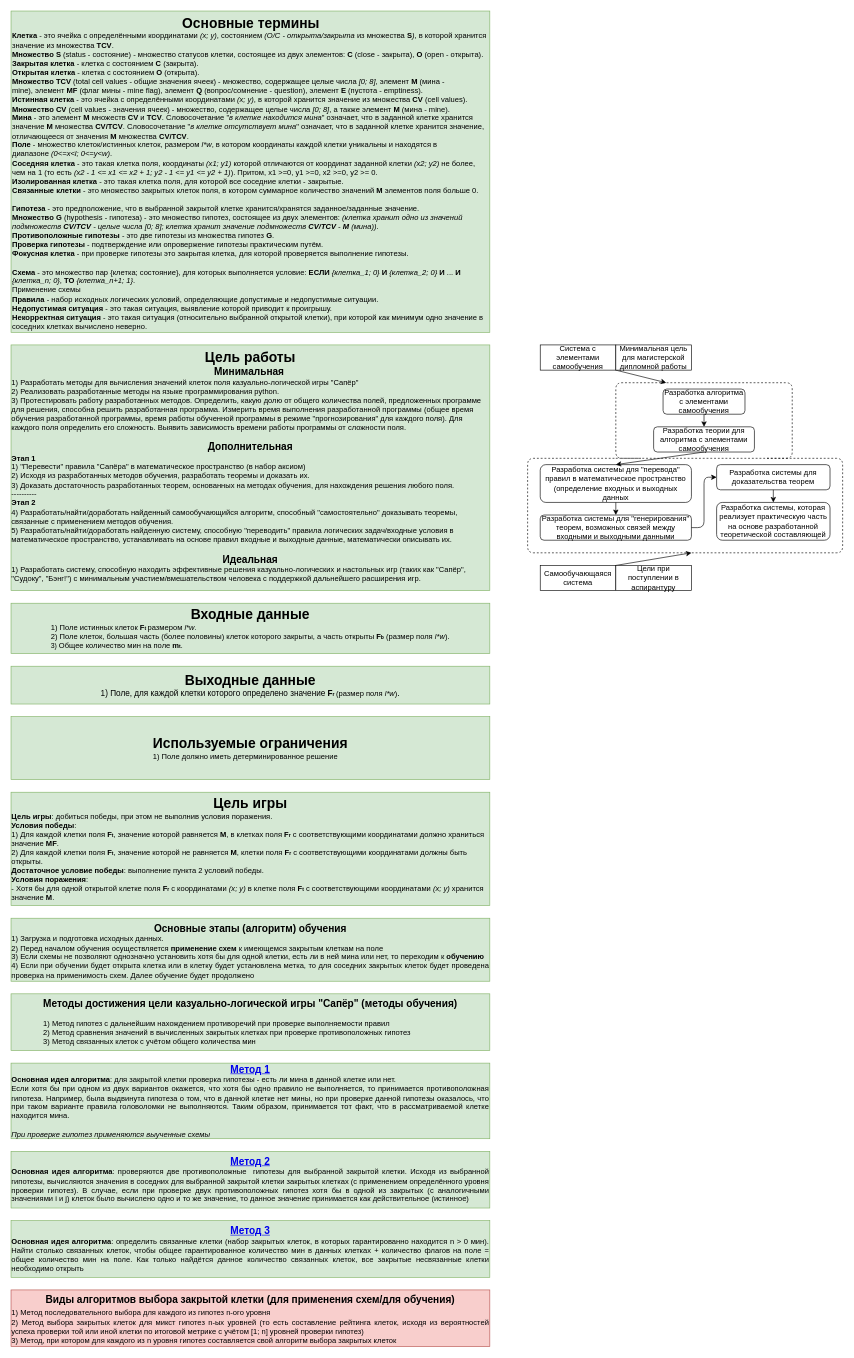
This is page "Основные данные" (2 of 13) of docs/Сапёр. Описание работы.drawio from xex238/Diploma_2022, a draw.io file, before an edit. Source tidied: cells renumbered, new cells numbered last; positions are measured from the earlier drawing's top-left corner, leaving out a move shared by most shapes. Both pictures are drawn from the tidied source at 63%, with x=0, y=0 at pixel (11, 11).
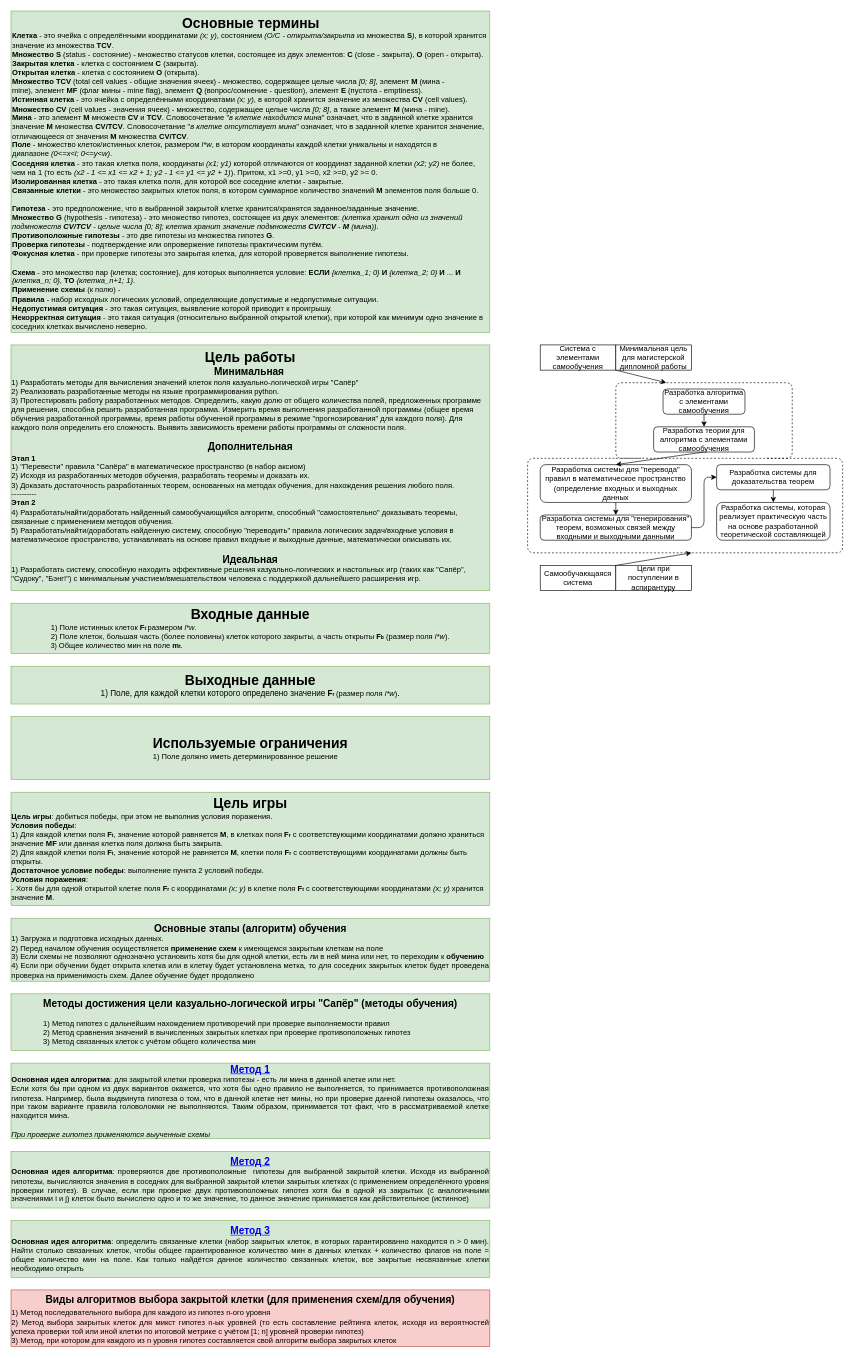
After the change.

The edit, as a diff of the source:
```diff
@@
-    <mxCell id="2" value="&lt;div style=&quot;text-align: center&quot;&gt;&lt;span&gt;&lt;font style=&quot;font-size: 22px&quot;&gt;&lt;b&gt;Основные термины&lt;/b&gt;&lt;/font&gt;&lt;/span&gt;&lt;/div&gt;&lt;b&gt;Клетка&lt;/b&gt;&amp;nbsp;- это ячейка с определёнными координатами &lt;i&gt;(x; y)&lt;/i&gt;, состоянием &lt;i&gt;(O/C - открыта/закрыта &lt;/i&gt;из множества &lt;b&gt;S&lt;/b&gt;&lt;i&gt;)&lt;/i&gt;, в которой хранится значение из множества &lt;b&gt;TCV&lt;/b&gt;.&lt;br&gt;&lt;b&gt;Множество S&lt;/b&gt;&amp;nbsp;(status - состояние) - множество статусов клетки, состоящее из двух элементов:&amp;nbsp;&lt;b&gt;C&lt;/b&gt;&amp;nbsp;(close - закрыта),&amp;nbsp;&lt;b&gt;O&lt;/b&gt;&amp;nbsp;(open - открыта).&lt;br&gt;&lt;b&gt;Закрытая клетка&lt;/b&gt;&amp;nbsp;- клетка с состоянием&amp;nbsp;&lt;b&gt;C&lt;/b&gt;&amp;nbsp;(закрыта).&lt;br&gt;&lt;b&gt;Открытая клетка&lt;/b&gt;&amp;nbsp;- клетка с состоянием&amp;nbsp;&lt;b&gt;O&lt;/b&gt;&amp;nbsp;(открыта).&lt;br&gt;&lt;b&gt;Множество TCV&amp;nbsp;&lt;/b&gt;(total cell values - общие значения ячеек)&amp;nbsp;- множество, содержащее целые числа&amp;nbsp;&lt;i&gt;[0; 8]&lt;/i&gt;, элемент &lt;b&gt;M&lt;/b&gt;&amp;nbsp;(мина - mine),&amp;nbsp;элемент &lt;b&gt;MF&lt;/b&gt; (флаг мины - mine flag), элемент &lt;b&gt;Q&lt;/b&gt; (вопрос/сомнение - question), элемент &lt;b&gt;E&lt;/b&gt; (пустота - emptiness).&lt;br&gt;&lt;b&gt;Истинная клетка&lt;/b&gt; - это ячейка с определёнными координатами&amp;nbsp;&lt;i&gt;(x; y)&lt;/i&gt;, в которой хранится значение из множества&amp;nbsp;&lt;b&gt;CV&amp;nbsp;&lt;/b&gt;(cell values).&lt;br&gt;&lt;b&gt;Множество CV&lt;/b&gt;&amp;nbsp;(cell values - значения ячеек)&amp;nbsp;- множество, содержащее целые числа &lt;i&gt;[0; 8]&lt;/i&gt;, а также элемент &lt;b&gt;M&lt;/b&gt; (мина - mine).&lt;br&gt;&lt;b&gt;Мина&lt;/b&gt; - это элемент &lt;b&gt;M&lt;/b&gt; множеств&amp;nbsp;&lt;b&gt;СV &lt;/b&gt;и&lt;b&gt; TCV&lt;/b&gt;. Словосочетание &quot;&lt;i&gt;в клетке находится мина&lt;/i&gt;&quot; означает, что в заданной клетке хранится значение &lt;b&gt;M&lt;/b&gt; множества &lt;b&gt;СV/TCV&lt;/b&gt;. Словосочетание &quot;&lt;i&gt;в клетке отсутствует мина&lt;/i&gt;&quot; означает, что в заданной клетке хранится значение, отличающееся от значения &lt;b&gt;M&lt;/b&gt; множества &lt;b&gt;СV/TCV&lt;/b&gt;.&lt;br&gt;&lt;b&gt;Поле&lt;/b&gt;&amp;nbsp;- множество клеток/истинных клеток, размером &lt;i&gt;l*w&lt;/i&gt;, в котором координаты каждой клетки уникальны и находятся в диапазоне&amp;nbsp;&lt;i&gt;(0&amp;lt;=x&amp;lt;l; 0&amp;lt;=y&amp;lt;w)&lt;/i&gt;.&lt;br&gt;&lt;b&gt;Соседняя клетка&lt;/b&gt;&amp;nbsp;- это такая клетка поля, координаты &lt;i&gt;(x1; y1)&lt;/i&gt; которой отличаются от координат заданной клетки &lt;i&gt;(x2; y2)&lt;/i&gt; не более, чем на 1 (то есть &lt;i&gt;(x2 - 1 &amp;lt;= x1 &amp;lt;= x2 + 1; y2 - 1 &amp;lt;= y1 &amp;lt;= y2 + 1)&lt;/i&gt;). Притом, x1 &amp;gt;=0, y1 &amp;gt;=0, x2 &amp;gt;=0, y2 &amp;gt;= 0.&lt;br&gt;&lt;b&gt;Изолированная клетка&lt;/b&gt;&amp;nbsp;- это такая клетка поля, для которой все соседние клетки - закрытые.&lt;br&gt;&lt;b&gt;Связанные клетки&lt;/b&gt;&amp;nbsp;- это множество закрытых клеток поля, в котором суммарное количество значений&amp;nbsp;&lt;b&gt;M&lt;/b&gt;&amp;nbsp;элементов поля больше 0.&lt;br&gt;&lt;b&gt;&lt;br&gt;Гипотеза &lt;/b&gt;- это предположение, что в выбранной закрытой клетке хранится/хранятся заданное/заданные значение.&lt;br&gt;&lt;b&gt;Множество G &lt;/b&gt;(hypothesis - гипотеза)&lt;b&gt;&amp;nbsp;&lt;/b&gt;- это множество гипотез, состоящее из двух элементов: &lt;i&gt;(клетка хранит одно из значений подмножеств&amp;nbsp;&lt;b&gt;СV/TCV&lt;/b&gt; - целые числа [0; 8]; клетка хранит значение подмножеств&amp;nbsp;&lt;b&gt;СV/TCV&lt;/b&gt; - &lt;b&gt;M&lt;/b&gt; (мина))&lt;/i&gt;.&lt;br&gt;&lt;b&gt;Противоположные гипотезы&lt;/b&gt;&amp;nbsp;- это две гипотезы из множества гипотез&amp;nbsp;&lt;b&gt;G&lt;/b&gt;.&lt;br&gt;&lt;b&gt;Проверка гипотезы&lt;/b&gt; - подтверждение или опровержение гипотезы практическим путём.&lt;br&gt;&lt;b&gt;Фокусная клетка&amp;nbsp;&lt;/b&gt;- при проверке гипотезы это закрытая клетка, для которой проверяется выполнение гипотезы.&lt;br&gt;&lt;br&gt;&lt;b&gt;Схема&lt;/b&gt;&amp;nbsp;- это множество пар {клетка; состояние}, для которых выполняется условие: &lt;b&gt;ЕСЛИ&lt;/b&gt; &lt;i&gt;{клетка_1; 0}&lt;/i&gt; &lt;b&gt;И&lt;/b&gt; &lt;i&gt;{клетка_2; 0}&lt;/i&gt; &lt;b&gt;И&lt;/b&gt; ... &lt;b&gt;И&lt;/b&gt; &lt;i&gt;{клетка_n; 0}&lt;/i&gt;, &lt;b&gt;ТО&lt;/b&gt; &lt;i&gt;{клетка_n+1; 1}&lt;/i&gt;.&lt;br&gt;Применение схемы&lt;br&gt;&lt;b&gt;Правила&lt;/b&gt; - набор исходных логических условий, определяющие допустимые и недопустимые ситуации.&lt;br&gt;&lt;b&gt;Недопустимая ситуация&lt;/b&gt; - это такая ситуация, выявление которой приводит к проигрышу.&lt;br&gt;&lt;b&gt;Некорректная ситуация&lt;/b&gt; - это такая ситуация (относительно выбранной открытой клетки), при которой как минимум одно значение в соседних клетках вычислено неверно." style="text;html=1;align=left;verticalAlign=top;whiteSpace=wrap;rounded=0;fillColor=#d5e8d4;strokeColor=#82b366;" parent="1" vertex="1">
+    <mxCell id="2" value="&lt;div style=&quot;text-align: center&quot;&gt;&lt;span&gt;&lt;font style=&quot;font-size: 22px&quot;&gt;&lt;b&gt;Основные термины&lt;/b&gt;&lt;/font&gt;&lt;/span&gt;&lt;/div&gt;&lt;b&gt;Клетка&lt;/b&gt;&amp;nbsp;- это ячейка с определёнными координатами &lt;i&gt;(x; y)&lt;/i&gt;, состоянием &lt;i&gt;(O/C - открыта/закрыта &lt;/i&gt;из множества &lt;b&gt;S&lt;/b&gt;&lt;i&gt;)&lt;/i&gt;, в которой хранится значение из множества &lt;b&gt;TCV&lt;/b&gt;.&lt;br&gt;&lt;b&gt;Множество S&lt;/b&gt;&amp;nbsp;(status - состояние) - множество статусов клетки, состоящее из двух элементов:&amp;nbsp;&lt;b&gt;C&lt;/b&gt;&amp;nbsp;(close - закрыта),&amp;nbsp;&lt;b&gt;O&lt;/b&gt;&amp;nbsp;(open - открыта).&lt;br&gt;&lt;b&gt;Закрытая клетка&lt;/b&gt;&amp;nbsp;- клетка с состоянием&amp;nbsp;&lt;b&gt;C&lt;/b&gt;&amp;nbsp;(закрыта).&lt;br&gt;&lt;b&gt;Открытая клетка&lt;/b&gt;&amp;nbsp;- клетка с состоянием&amp;nbsp;&lt;b&gt;O&lt;/b&gt;&amp;nbsp;(открыта).&lt;br&gt;&lt;b&gt;Множество TCV&amp;nbsp;&lt;/b&gt;(total cell values - общие значения ячеек)&amp;nbsp;- множество, содержащее целые числа&amp;nbsp;&lt;i&gt;[0; 8]&lt;/i&gt;, элемент &lt;b&gt;M&lt;/b&gt;&amp;nbsp;(мина - mine),&amp;nbsp;элемент &lt;b&gt;MF&lt;/b&gt; (флаг мины - mine flag), элемент &lt;b&gt;Q&lt;/b&gt; (вопрос/сомнение - question), элемент &lt;b&gt;E&lt;/b&gt; (пустота - emptiness).&lt;br&gt;&lt;b&gt;Истинная клетка&lt;/b&gt; - это ячейка с определёнными координатами&amp;nbsp;&lt;i&gt;(x; y)&lt;/i&gt;, в которой хранится значение из множества&amp;nbsp;&lt;b&gt;CV&amp;nbsp;&lt;/b&gt;(cell values).&lt;br&gt;&lt;b&gt;Множество CV&lt;/b&gt;&amp;nbsp;(cell values - значения ячеек)&amp;nbsp;- множество, содержащее целые числа &lt;i&gt;[0; 8]&lt;/i&gt;, а также элемент &lt;b&gt;M&lt;/b&gt; (мина - mine).&lt;br&gt;&lt;b&gt;Мина&lt;/b&gt; - это элемент &lt;b&gt;M&lt;/b&gt; множеств&amp;nbsp;&lt;b&gt;СV &lt;/b&gt;и&lt;b&gt; TCV&lt;/b&gt;. Словосочетание &quot;&lt;i&gt;в клетке находится мина&lt;/i&gt;&quot; означает, что в заданной клетке хранится значение &lt;b&gt;M&lt;/b&gt; множества &lt;b&gt;СV/TCV&lt;/b&gt;. Словосочетание &quot;&lt;i&gt;в клетке отсутствует мина&lt;/i&gt;&quot; означает, что в заданной клетке хранится значение, отличающееся от значения &lt;b&gt;M&lt;/b&gt; множества &lt;b&gt;СV/TCV&lt;/b&gt;.&lt;br&gt;&lt;b&gt;Поле&lt;/b&gt;&amp;nbsp;- множество клеток/истинных клеток, размером &lt;i&gt;l*w&lt;/i&gt;, в котором координаты каждой клетки уникальны и находятся в диапазоне&amp;nbsp;&lt;i&gt;(0&amp;lt;=x&amp;lt;l; 0&amp;lt;=y&amp;lt;w)&lt;/i&gt;.&lt;br&gt;&lt;b&gt;Соседняя клетка&lt;/b&gt;&amp;nbsp;- это такая клетка поля, координаты &lt;i&gt;(x1; y1)&lt;/i&gt; которой отличаются от координат заданной клетки &lt;i&gt;(x2; y2)&lt;/i&gt; не более, чем на 1 (то есть &lt;i&gt;(x2 - 1 &amp;lt;= x1 &amp;lt;= x2 + 1; y2 - 1 &amp;lt;= y1 &amp;lt;= y2 + 1)&lt;/i&gt;). Притом, x1 &amp;gt;=0, y1 &amp;gt;=0, x2 &amp;gt;=0, y2 &amp;gt;= 0.&lt;br&gt;&lt;b&gt;Изолированная клетка&lt;/b&gt;&amp;nbsp;- это такая клетка поля, для которой все соседние клетки - закрытые.&lt;br&gt;&lt;b&gt;Связанные клетки&lt;/b&gt;&amp;nbsp;- это множество закрытых клеток поля, в котором суммарное количество значений&amp;nbsp;&lt;b&gt;M&lt;/b&gt;&amp;nbsp;элементов поля больше 0.&lt;br&gt;&lt;b&gt;&lt;br&gt;Гипотеза &lt;/b&gt;- это предположение, что в выбранной закрытой клетке хранится/хранятся заданное/заданные значение.&lt;br&gt;&lt;b&gt;Множество G &lt;/b&gt;(hypothesis - гипотеза)&lt;b&gt;&amp;nbsp;&lt;/b&gt;- это множество гипотез, состоящее из двух элементов: &lt;i&gt;(клетка хранит одно из значений подмножеств&amp;nbsp;&lt;b&gt;СV/TCV&lt;/b&gt; - целые числа [0; 8]; клетка хранит значение подмножеств&amp;nbsp;&lt;b&gt;СV/TCV&lt;/b&gt; - &lt;b&gt;M&lt;/b&gt; (мина))&lt;/i&gt;.&lt;br&gt;&lt;b&gt;Противоположные гипотезы&lt;/b&gt;&amp;nbsp;- это две гипотезы из множества гипотез&amp;nbsp;&lt;b&gt;G&lt;/b&gt;.&lt;br&gt;&lt;b&gt;Проверка гипотезы&lt;/b&gt; - подтверждение или опровержение гипотезы практическим путём.&lt;br&gt;&lt;b&gt;Фокусная клетка&amp;nbsp;&lt;/b&gt;- при проверке гипотезы это закрытая клетка, для которой проверяется выполнение гипотезы.&lt;br&gt;&lt;br&gt;&lt;b&gt;Схема&lt;/b&gt;&amp;nbsp;- это множество пар {клетка; состояние}, для которых выполняется условие: &lt;b&gt;ЕСЛИ&lt;/b&gt; &lt;i&gt;{клетка_1; 0}&lt;/i&gt; &lt;b&gt;И&lt;/b&gt; &lt;i&gt;{клетка_2; 0}&lt;/i&gt; &lt;b&gt;И&lt;/b&gt; ... &lt;b&gt;И&lt;/b&gt; &lt;i&gt;{клетка_n; 0}&lt;/i&gt;, &lt;b&gt;ТО&lt;/b&gt; &lt;i&gt;{клетка_n+1; 1}&lt;/i&gt;.&lt;br&gt;&lt;b&gt;Применение схемы&lt;/b&gt; (к полю) -&amp;nbsp;&lt;br&gt;&lt;b&gt;Правила&lt;/b&gt; - набор исходных логических условий, определяющие допустимые и недопустимые ситуации.&lt;br&gt;&lt;b&gt;Недопустимая ситуация&lt;/b&gt; - это такая ситуация, выявление которой приводит к проигрышу.&lt;br&gt;&lt;b&gt;Некорректная ситуация&lt;/b&gt; - это такая ситуация (относительно выбранной открытой клетки), при которой как минимум одно значение в соседних клетках вычислено неверно." style="text;html=1;align=left;verticalAlign=top;whiteSpace=wrap;rounded=0;fillColor=#d5e8d4;strokeColor=#82b366;" parent="1" vertex="1">
       <mxGeometry width="760" height="510" as="geometry" />
     </mxCell>
@@
-    <mxCell id="32" value="&lt;b&gt;&lt;font style=&quot;font-size: 22px&quot;&gt;Цель игры&lt;/font&gt;&lt;/b&gt;&lt;br&gt;&lt;div style=&quot;text-align: left&quot;&gt;&lt;b&gt;Цель игры&lt;/b&gt;: добиться победы, при этом не выполнив условия поражения.&lt;/div&gt;&lt;div style=&quot;text-align: left&quot;&gt;&lt;b&gt;Условия победы&lt;/b&gt;:&lt;/div&gt;&lt;div style=&quot;text-align: left&quot;&gt;&lt;span&gt;1) Для каждой клетки поля &lt;/span&gt;&lt;b&gt;F&lt;font style=&quot;font-size: 8px&quot;&gt;t&lt;/font&gt;&lt;/b&gt;&lt;span&gt;, значение которой равняется &lt;/span&gt;&lt;b&gt;M&lt;/b&gt;&lt;span&gt;, в клетках поля &lt;/span&gt;&lt;b&gt;F&lt;/b&gt;&lt;font style=&quot;font-weight: bold ; font-size: 8px&quot;&gt;r&lt;/font&gt;&lt;font style=&quot;font-weight: bold&quot;&gt; &lt;/font&gt;&lt;font&gt;с соответствующими координатами&lt;/font&gt;&lt;span&gt;&amp;nbsp;должно храниться значение &lt;/span&gt;&lt;b&gt;MF&lt;/b&gt;&lt;span&gt;.&lt;/span&gt;&lt;br&gt;&lt;/div&gt;&lt;div style=&quot;text-align: left&quot;&gt;&lt;span&gt;2) Для каждой клетки поля&amp;nbsp;&lt;/span&gt;&lt;b&gt;F&lt;font style=&quot;font-size: 8px&quot;&gt;t&lt;/font&gt;&lt;/b&gt;&lt;span&gt;, значение которой не равняется&amp;nbsp;&lt;/span&gt;&lt;b&gt;M&lt;/b&gt;&lt;span&gt;, клетки поля&amp;nbsp;&lt;/span&gt;&lt;b&gt;F&lt;/b&gt;&lt;font style=&quot;font-weight: bold ; font-size: 8px&quot;&gt;r&lt;/font&gt;&lt;font style=&quot;font-weight: bold&quot;&gt;&amp;nbsp;&lt;/font&gt;&lt;span&gt;с соответствующими координатами&amp;nbsp;должны быть открыты.&lt;/span&gt;&lt;/div&gt;&lt;div style=&quot;text-align: left&quot;&gt;&lt;b&gt;Достаточное условие победы&lt;/b&gt;: выполнение пункта 2 условий победы.&lt;/div&gt;&lt;div style=&quot;text-align: left&quot;&gt;&lt;b&gt;Условия поражения&lt;/b&gt;:&lt;/div&gt;&lt;div style=&quot;text-align: left&quot;&gt;&lt;font style=&quot;font-size: 12px&quot;&gt;- Хотя бы для одной открытой клетке поля&lt;/font&gt; &lt;b&gt;&lt;font style=&quot;font-size: 12px&quot;&gt;F&lt;/font&gt;&lt;/b&gt;&lt;font style=&quot;font-size: 8px&quot;&gt;&lt;b&gt;r&lt;/b&gt;&lt;/font&gt;&lt;span style=&quot;font-size: 11px&quot;&gt; &lt;/span&gt;&lt;font&gt;с координатами &lt;i&gt;(x; y)&lt;/i&gt; в клетке поля &lt;b&gt;F&lt;font style=&quot;font-size: 8px&quot;&gt;t&lt;/font&gt;&lt;/b&gt; с соответствующими координатами &lt;i&gt;(x; y)&lt;/i&gt; хранится значение &lt;b&gt;M&lt;/b&gt;.&lt;/font&gt;&lt;/div&gt;" style="rounded=0;whiteSpace=wrap;html=1;fillColor=#d5e8d4;strokeColor=#82b366;" parent="1" vertex="1">
+    <mxCell id="32" value="&lt;b&gt;&lt;font style=&quot;font-size: 22px&quot;&gt;Цель игры&lt;/font&gt;&lt;/b&gt;&lt;br&gt;&lt;div style=&quot;text-align: left&quot;&gt;&lt;b&gt;Цель игры&lt;/b&gt;: добиться победы, при этом не выполнив условия поражения.&lt;/div&gt;&lt;div style=&quot;text-align: left&quot;&gt;&lt;b&gt;Условия победы&lt;/b&gt;:&lt;/div&gt;&lt;div style=&quot;text-align: left&quot;&gt;&lt;span&gt;1) Для каждой клетки поля &lt;/span&gt;&lt;b&gt;F&lt;font style=&quot;font-size: 8px&quot;&gt;t&lt;/font&gt;&lt;/b&gt;&lt;span&gt;, значение которой равняется &lt;/span&gt;&lt;b&gt;M&lt;/b&gt;&lt;span&gt;, в клетках поля &lt;/span&gt;&lt;b&gt;F&lt;/b&gt;&lt;font style=&quot;font-weight: bold ; font-size: 8px&quot;&gt;r&lt;/font&gt;&lt;font style=&quot;font-weight: bold&quot;&gt; &lt;/font&gt;&lt;font&gt;с соответствующими координатами&lt;/font&gt;&lt;span&gt;&amp;nbsp;должно храниться значение &lt;/span&gt;&lt;b&gt;MF &lt;/b&gt;или данная клетка поля должна быть закрыта&lt;span&gt;.&lt;/span&gt;&lt;br&gt;&lt;/div&gt;&lt;div style=&quot;text-align: left&quot;&gt;&lt;span&gt;2) Для каждой клетки поля&amp;nbsp;&lt;/span&gt;&lt;b&gt;F&lt;font style=&quot;font-size: 8px&quot;&gt;t&lt;/font&gt;&lt;/b&gt;&lt;span&gt;, значение которой не равняется&amp;nbsp;&lt;/span&gt;&lt;b&gt;M&lt;/b&gt;&lt;span&gt;, клетки поля&amp;nbsp;&lt;/span&gt;&lt;b&gt;F&lt;/b&gt;&lt;font style=&quot;font-weight: bold ; font-size: 8px&quot;&gt;r&lt;/font&gt;&lt;font style=&quot;font-weight: bold&quot;&gt;&amp;nbsp;&lt;/font&gt;&lt;span&gt;с соответствующими координатами&amp;nbsp;должны быть открыты.&lt;/span&gt;&lt;/div&gt;&lt;div style=&quot;text-align: left&quot;&gt;&lt;b&gt;Достаточное условие победы&lt;/b&gt;: выполнение пункта 2 условий победы.&lt;/div&gt;&lt;div style=&quot;text-align: left&quot;&gt;&lt;b&gt;Условия поражения&lt;/b&gt;:&lt;/div&gt;&lt;div style=&quot;text-align: left&quot;&gt;&lt;font style=&quot;font-size: 12px&quot;&gt;- Хотя бы для одной открытой клетке поля&lt;/font&gt; &lt;b&gt;&lt;font style=&quot;font-size: 12px&quot;&gt;F&lt;/font&gt;&lt;/b&gt;&lt;font style=&quot;font-size: 8px&quot;&gt;&lt;b&gt;r&lt;/b&gt;&lt;/font&gt;&lt;span style=&quot;font-size: 11px&quot;&gt; &lt;/span&gt;&lt;font&gt;с координатами &lt;i&gt;(x; y)&lt;/i&gt; в клетке поля &lt;b&gt;F&lt;font style=&quot;font-size: 8px&quot;&gt;t&lt;/font&gt;&lt;/b&gt; с соответствующими координатами &lt;i&gt;(x; y)&lt;/i&gt; хранится значение &lt;b&gt;M&lt;/b&gt;.&lt;/font&gt;&lt;/div&gt;" style="rounded=0;whiteSpace=wrap;html=1;fillColor=#d5e8d4;strokeColor=#82b366;" parent="1" vertex="1">
       <mxGeometry y="1240" width="760" height="180" as="geometry" />
     </mxCell>
```
